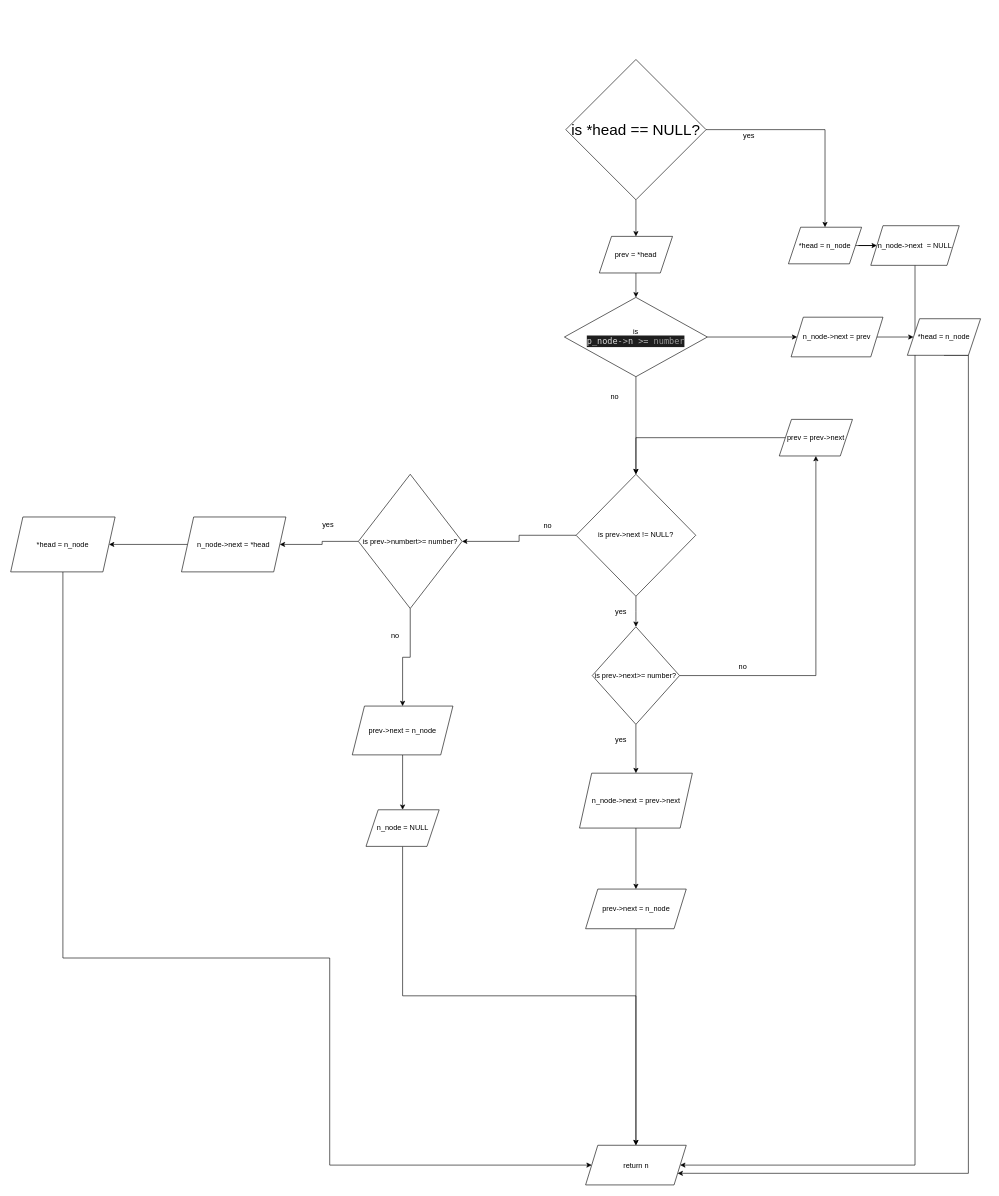
Earlier version of the draw.io diagram 0x01-python-if_else_loops_functions/inserting a node in a sorted linked list flow chart.drawio (eyadfattah23/alx-higher_level_programming). Source tidied: cells renumbered, new cells numbered last; positions are measured from the earlier drawing's top-left corner, leaving out a move shared by most shapes. Both pictures are drawn from the tidied source at 61%, with x=0, y=0 at pixel (10, 59).
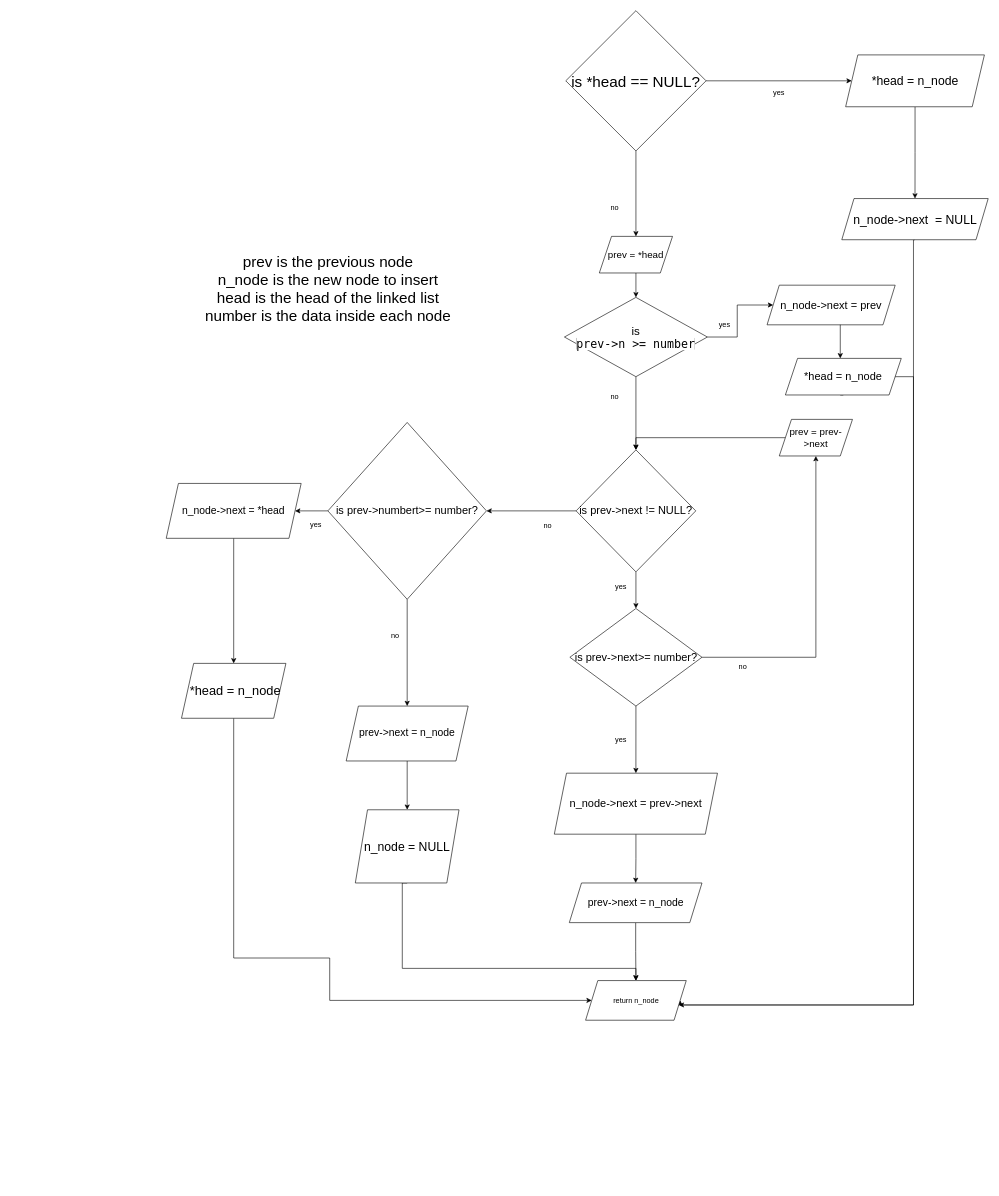
The same page after the edit.

The edit, as a diff of the source:
```diff
@@
     <mxCell id="5" value="&lt;font style=&quot;font-size: 25px;&quot;&gt;is *head == NULL?&lt;/font&gt;" style="rhombus;whiteSpace=wrap;html=1;" parent="1" vertex="1">
-      <mxGeometry x="910" width="230" height="230" as="geometry" />
+      <mxGeometry x="910" y="-80" width="230" height="230" as="geometry" />
     </mxCell>
@@
-    <mxCell id="7" value="*head = n_node" style="shape=parallelogram;perimeter=parallelogramPerimeter;whiteSpace=wrap;html=1;fixedSize=1;" parent="1" vertex="1">
-      <mxGeometry x="1275" y="275" width="120" height="60" as="geometry" />
+    <mxCell id="7" value="&lt;font style=&quot;font-size: 20px;&quot;&gt;*head = n_node&lt;/font&gt;" style="shape=parallelogram;perimeter=parallelogramPerimeter;whiteSpace=wrap;html=1;fixedSize=1;" parent="1" vertex="1">
+      <mxGeometry x="1368.8" y="-7.5" width="227.5" height="85" as="geometry" />
     </mxCell>
     <mxCell id="8" value="yes" style="text;html=1;align=center;verticalAlign=middle;strokeColor=none;fillColor=none;" parent="1" vertex="1">
-      <mxGeometry x="1190" y="110" width="40" height="30" as="geometry" />
+      <mxGeometry x="1239.4" y="40" width="40" height="30" as="geometry" />
     </mxCell>
     <mxCell id="9" style="edgeStyle=orthogonalEdgeStyle;rounded=0;jettySize=auto;html=1;exitX=0.5;exitY=1;exitDx=0;exitDy=0;entryX=1;entryY=0.5;entryDx=0;entryDy=0;" parent="1" edge="1" source="10" target="25">
       <mxGeometry relative="1" as="geometry">
         <Array as="points">
-          <mxPoint x="1482" y="1813" />
+          <mxPoint x="1480" y="296" />
+          <mxPoint x="1480" y="1550" />
+          <mxPoint x="1098" y="1550" />
         </Array>
       </mxGeometry>
     </mxCell>
-    <mxCell id="10" value="n_node-&amp;gt;next&amp;nbsp; = NULL" style="shape=parallelogram;perimeter=parallelogramPerimeter;whiteSpace=wrap;html=1;fixedSize=1;" parent="1" vertex="1">
-      <mxGeometry x="1410" y="272.5" width="145" height="65" as="geometry" />
+    <mxCell id="10" value="&lt;font style=&quot;font-size: 20px;&quot;&gt;n_node-&amp;gt;next&amp;nbsp; = NULL&lt;/font&gt;" style="shape=parallelogram;perimeter=parallelogramPerimeter;whiteSpace=wrap;html=1;fixedSize=1;" parent="1" vertex="1">
+      <mxGeometry x="1362.5" y="228" width="240" height="67.5" as="geometry" />
     </mxCell>
@@
-    <mxCell id="12" value="prev = *head" style="shape=parallelogram;perimeter=parallelogramPerimeter;whiteSpace=wrap;html=1;fixedSize=1;" parent="1" vertex="1">
+    <mxCell id="12" value="&lt;font style=&quot;font-size: 16px;&quot;&gt;prev = *head&lt;/font&gt;" style="shape=parallelogram;perimeter=parallelogramPerimeter;whiteSpace=wrap;html=1;fixedSize=1;" parent="1" vertex="1">
       <mxGeometry x="965" y="290" width="120" height="60" as="geometry" />
     </mxCell>
@@
-    <mxCell id="16" value="is prev-&amp;gt;next != NULL?&lt;br&gt;" style="rhombus;whiteSpace=wrap;html=1;" parent="1" vertex="1">
-      <mxGeometry x="926.9" y="680" width="196.2" height="200" as="geometry" />
+    <mxCell id="16" value="&lt;font style=&quot;font-size: 18px;&quot;&gt;is prev-&amp;gt;next != NULL?&lt;br&gt;&lt;/font&gt;" style="rhombus;whiteSpace=wrap;html=1;" parent="1" vertex="1">
+      <mxGeometry x="926.9" y="640" width="196.2" height="200" as="geometry" />
     </mxCell>
     <mxCell id="17" style="edgeStyle=orthogonalEdgeStyle;rounded=0;jettySize=auto;html=1;exitX=0;exitY=0.5;exitDx=0;exitDy=0;entryX=0.5;entryY=0;entryDx=0;entryDy=0;" parent="1" edge="1" source="18" target="16">
-      <mxGeometry relative="1" as="geometry" />
+      <mxGeometry relative="1" as="geometry">
+        <Array as="points">
+          <mxPoint x="1025" y="620" />
+        </Array>
+      </mxGeometry>
     </mxCell>
-    <mxCell id="18" value="prev = prev-&amp;gt;next" style="shape=parallelogram;perimeter=parallelogramPerimeter;whiteSpace=wrap;html=1;fixedSize=1;" parent="1" vertex="1">
+    <mxCell id="18" value="&lt;font style=&quot;font-size: 16px;&quot;&gt;prev = prev-&amp;gt;next&lt;/font&gt;" style="shape=parallelogram;perimeter=parallelogramPerimeter;whiteSpace=wrap;html=1;fixedSize=1;" parent="1" vertex="1">
       <mxGeometry x="1260" y="590" width="120" height="60" as="geometry" />
     </mxCell>
@@
-    <mxCell id="21" value="n_node-&amp;gt;next = prev-&amp;gt;next" style="shape=parallelogram;perimeter=parallelogramPerimeter;whiteSpace=wrap;html=1;fixedSize=1;" parent="1" vertex="1">
-      <mxGeometry x="932.5" y="1170" width="185" height="90" as="geometry" />
+    <mxCell id="21" value="&lt;font style=&quot;font-size: 18px;&quot;&gt;n_node-&amp;gt;next = prev-&amp;gt;next&lt;/font&gt;" style="shape=parallelogram;perimeter=parallelogramPerimeter;whiteSpace=wrap;html=1;fixedSize=1;" parent="1" vertex="1">
+      <mxGeometry x="891.2" y="1170" width="267.5" height="100" as="geometry" />
     </mxCell>
@@
-    <mxCell id="24" value="prev-&amp;gt;next = n_node" style="shape=parallelogram;perimeter=parallelogramPerimeter;whiteSpace=wrap;html=1;fixedSize=1;" parent="1" vertex="1">
-      <mxGeometry x="942.5" y="1360" width="165" height="65" as="geometry" />
+    <mxCell id="24" value="&lt;font style=&quot;font-size: 17px;&quot;&gt;prev-&amp;gt;next = n_node&lt;/font&gt;" style="shape=parallelogram;perimeter=parallelogramPerimeter;whiteSpace=wrap;html=1;fixedSize=1;" parent="1" vertex="1">
+      <mxGeometry x="915.8" y="1350" width="217.5" height="65" as="geometry" />
     </mxCell>
-    <mxCell id="25" value="return n" style="shape=parallelogram;perimeter=parallelogramPerimeter;whiteSpace=wrap;html=1;fixedSize=1;" parent="1" vertex="1">
-      <mxGeometry x="942.5" y="1780" width="165" height="65" as="geometry" />
+    <mxCell id="25" value="return n_node" style="shape=parallelogram;perimeter=parallelogramPerimeter;whiteSpace=wrap;html=1;fixedSize=1;" parent="1" vertex="1">
+      <mxGeometry x="942.5" y="1510" width="165" height="65" as="geometry" />
     </mxCell>
@@
-    <mxCell id="27" value="n_node-&amp;gt;next = *head" style="shape=parallelogram;perimeter=parallelogramPerimeter;whiteSpace=wrap;html=1;fixedSize=1;" parent="1" vertex="1">
-      <mxGeometry x="280" y="750" width="171.2" height="90" as="geometry" />
+    <mxCell id="27" value="&lt;font style=&quot;font-size: 17px;&quot;&gt;n_node-&amp;gt;next = *head&lt;/font&gt;" style="shape=parallelogram;perimeter=parallelogramPerimeter;whiteSpace=wrap;html=1;fixedSize=1;" parent="1" vertex="1">
+      <mxGeometry x="255" y="695" width="221.2" height="90" as="geometry" />
     </mxCell>
@@
-    <mxCell id="29" value="*head = n_node" style="shape=parallelogram;perimeter=parallelogramPerimeter;whiteSpace=wrap;html=1;fixedSize=1;" parent="1" vertex="1">
-      <mxGeometry y="750" width="171.2" height="90" as="geometry" />
+    <mxCell id="29" value="&lt;font style=&quot;font-size: 21px;&quot;&gt;&amp;nbsp;*head = n_node&lt;/font&gt;" style="shape=parallelogram;perimeter=parallelogramPerimeter;whiteSpace=wrap;html=1;fixedSize=1;" parent="1" vertex="1">
+      <mxGeometry x="280" y="990" width="171.2" height="90" as="geometry" />
     </mxCell>
@@
-    <mxCell id="31" value="is prev-&amp;gt;next&amp;gt;= number?" style="rhombus;whiteSpace=wrap;html=1;" parent="1" vertex="1">
-      <mxGeometry x="953.4" y="930" width="143.1" height="160" as="geometry" />
+    <mxCell id="31" value="&lt;font style=&quot;font-size: 18px;&quot;&gt;is prev-&amp;gt;next&amp;gt;= number?&lt;/font&gt;" style="rhombus;whiteSpace=wrap;html=1;" parent="1" vertex="1">
+      <mxGeometry x="916.7" y="900" width="216.6" height="160" as="geometry" />
     </mxCell>
     <mxCell id="32" value="yes" style="text;html=1;align=center;verticalAlign=middle;strokeColor=none;fillColor=none;" parent="1" vertex="1">
-      <mxGeometry x="980" y="890" width="40" height="30" as="geometry" />
+      <mxGeometry x="980" y="850" width="40" height="30" as="geometry" />
     </mxCell>
@@
-    <mxCell id="36" value="is prev-&amp;gt;numbert&amp;gt;= number?&lt;br&gt;" style="rhombus;whiteSpace=wrap;html=1;" parent="1" vertex="1">
-      <mxGeometry x="570" y="680" width="170" height="220" as="geometry" />
+    <mxCell id="36" value="&lt;font style=&quot;font-size: 18px;&quot;&gt;is prev-&amp;gt;numbert&amp;gt;= number?&lt;br&gt;&lt;/font&gt;" style="rhombus;whiteSpace=wrap;html=1;" parent="1" vertex="1">
+      <mxGeometry x="520" y="595" width="260" height="290" as="geometry" />
     </mxCell>
@@
-    <mxCell id="38" value="prev-&amp;gt;next = n_node" style="shape=parallelogram;perimeter=parallelogramPerimeter;whiteSpace=wrap;html=1;fixedSize=1;" parent="1" vertex="1">
-      <mxGeometry x="560" y="1060" width="165" height="80" as="geometry" />
+    <mxCell id="38" value="&lt;font style=&quot;font-size: 17px;&quot;&gt;prev-&amp;gt;next = n_node&lt;/font&gt;" style="shape=parallelogram;perimeter=parallelogramPerimeter;whiteSpace=wrap;html=1;fixedSize=1;" parent="1" vertex="1">
+      <mxGeometry x="550" y="1060" width="200" height="90" as="geometry" />
     </mxCell>
     <mxCell id="39" style="edgeStyle=orthogonalEdgeStyle;rounded=0;jettySize=auto;html=1;exitX=0.5;exitY=1;exitDx=0;exitDy=0;entryX=0.5;entryY=0;entryDx=0;entryDy=0;" parent="1" edge="1" source="40" target="25">
-      <mxGeometry relative="1" as="geometry" />
+      <mxGeometry relative="1" as="geometry">
+        <Array as="points">
+          <mxPoint x="642" y="1490" />
+          <mxPoint x="1025" y="1490" />
+        </Array>
+      </mxGeometry>
     </mxCell>
-    <mxCell id="40" value="n_node = NULL" style="shape=parallelogram;perimeter=parallelogramPerimeter;whiteSpace=wrap;html=1;fixedSize=1;" parent="1" vertex="1">
-      <mxGeometry x="582.5" y="1230" width="120" height="60" as="geometry" />
+    <mxCell id="40" value="&lt;font style=&quot;font-size: 20px;&quot;&gt;n_node = NULL&lt;/font&gt;" style="shape=parallelogram;perimeter=parallelogramPerimeter;whiteSpace=wrap;html=1;fixedSize=1;" parent="1" vertex="1">
+      <mxGeometry x="565" y="1230" width="170" height="120" as="geometry" />
     </mxCell>
@@
     <mxCell id="42" value="yes" style="text;html=1;align=center;verticalAlign=middle;strokeColor=none;fillColor=none;" parent="1" vertex="1">
-      <mxGeometry x="500" y="748" width="40" height="30" as="geometry" />
+      <mxGeometry x="480" y="748" width="40" height="30" as="geometry" />
     </mxCell>
@@
-    <mxCell id="45" value="is &lt;div style=&quot;color: rgb(218, 218, 218); background-color: rgb(30, 30, 30); font-family: &amp;quot;Droid Sans Mono&amp;quot;, &amp;quot;monospace&amp;quot;, monospace; font-weight: normal; font-size: 14px; line-height: 19px;&quot;&gt;&lt;div&gt;p_node&lt;span style=&quot;color: #b4b4b4;&quot;&gt;-&amp;gt;&lt;/span&gt;&lt;span style=&quot;color: #dadada;&quot;&gt;n&lt;/span&gt;&lt;span style=&quot;color: #dadada;&quot;&gt; &lt;/span&gt;&lt;span style=&quot;color: #b4b4b4;&quot;&gt;&amp;gt;=&lt;/span&gt;&lt;span style=&quot;color: #dadada;&quot;&gt; &lt;/span&gt;&lt;span style=&quot;color: #9a9a9a;&quot;&gt;number&lt;/span&gt;&lt;/div&gt;&lt;/div&gt;" style="rhombus;whiteSpace=wrap;html=1;" parent="1" vertex="1">
+    <mxCell id="45" value="&lt;font style=&quot;background-color: rgb(255, 255, 255); font-size: 19px;&quot;&gt;is &lt;/font&gt;&lt;div style=&quot;background-color: rgb(30, 30, 30); font-family: &amp;quot;Droid Sans Mono&amp;quot;, &amp;quot;monospace&amp;quot;, monospace; font-weight: normal; line-height: 19px; font-size: 19px;&quot;&gt;&lt;div&gt;&lt;font style=&quot;background-color: rgb(255, 255, 255); font-size: 19px;&quot;&gt;prev-&amp;gt;n &amp;gt;= number&lt;/font&gt;&lt;/div&gt;&lt;/div&gt;" style="rhombus;whiteSpace=wrap;html=1;" parent="1" vertex="1">
       <mxGeometry x="907.8" y="390" width="234.4" height="130" as="geometry" />
     </mxCell>
@@
     <mxCell id="47" style="edgeStyle=orthogonalEdgeStyle;rounded=0;jettySize=auto;html=1;exitX=1;exitY=0.5;exitDx=0;exitDy=0;" parent="1" edge="1" source="48" target="50">
-      <mxGeometry relative="1" as="geometry" />
+      <mxGeometry relative="1" as="geometry">
+        <Array as="points">
+          <mxPoint x="1360" y="403" />
+        </Array>
+      </mxGeometry>
     </mxCell>
-    <mxCell id="48" value="n_node-&amp;gt;next = prev" style="shape=parallelogram;perimeter=parallelogramPerimeter;whiteSpace=wrap;html=1;fixedSize=1;" parent="1" vertex="1">
-      <mxGeometry x="1279.4" y="422.5" width="150.6" height="65" as="geometry" />
+    <mxCell id="48" value="&lt;font style=&quot;font-size: 18px;&quot;&gt;n_node-&amp;gt;next = prev&lt;/font&gt;" style="shape=parallelogram;perimeter=parallelogramPerimeter;whiteSpace=wrap;html=1;fixedSize=1;" parent="1" vertex="1">
+      <mxGeometry x="1240" y="370" width="210" height="65" as="geometry" />
     </mxCell>
-    <mxCell id="49" style="edgeStyle=orthogonalEdgeStyle;rounded=0;jettySize=auto;html=1;exitX=0.5;exitY=1;exitDx=0;exitDy=0;entryX=1;entryY=0.75;entryDx=0;entryDy=0;" parent="1" edge="1" source="50" target="25">
+    <mxCell id="49" style="edgeStyle=orthogonalEdgeStyle;rounded=0;jettySize=auto;html=1;exitX=0.5;exitY=1;exitDx=0;exitDy=0;" parent="1" edge="1" source="50" target="25">
       <mxGeometry relative="1" as="geometry">
         <Array as="points">
-          <mxPoint x="1570" y="485" />
-          <mxPoint x="1570" y="1826" />
+          <mxPoint x="1360" y="520" />
+          <mxPoint x="1480" y="520" />
+          <mxPoint x="1480" y="1550" />
         </Array>
       </mxGeometry>
     </mxCell>
-    <mxCell id="50" value="*head = n_node" style="shape=parallelogram;perimeter=parallelogramPerimeter;whiteSpace=wrap;html=1;fixedSize=1;" parent="1" vertex="1">
-      <mxGeometry x="1470" y="425" width="120" height="60" as="geometry" />
+    <mxCell id="50" value="&lt;font style=&quot;font-size: 18px;&quot;&gt;*head = n_node&lt;/font&gt;" style="shape=parallelogram;perimeter=parallelogramPerimeter;whiteSpace=wrap;html=1;fixedSize=1;" parent="1" vertex="1">
+      <mxGeometry x="1270" y="490" width="190" height="60" as="geometry" />
     </mxCell>
+    <mxCell id="51" value="no" style="text;html=1;align=center;verticalAlign=middle;strokeColor=none;fillColor=none;" parent="1" vertex="1">
+      <mxGeometry x="970" y="228" width="40" height="30" as="geometry" />
+    </mxCell>
+    <mxCell id="52" value="yes" style="text;html=1;align=center;verticalAlign=middle;strokeColor=none;fillColor=none;" parent="1" vertex="1">
+      <mxGeometry x="1150" y="420" width="40" height="30" as="geometry" />
+    </mxCell>
+    <mxCell id="53" value="&lt;font style=&quot;font-size: 25px;&quot;&gt;prev is the previous node &lt;br&gt;n_node is the new node to insert&lt;br&gt;head is the head of the linked list&lt;br&gt;number is the data inside each node&lt;br&gt;&lt;/font&gt;" style="text;html=1;align=center;verticalAlign=middle;strokeColor=none;fillColor=none;" parent="1" vertex="1">
+      <mxGeometry x="305" y="310" width="430" height="130" as="geometry" />
+    </mxCell>
```
